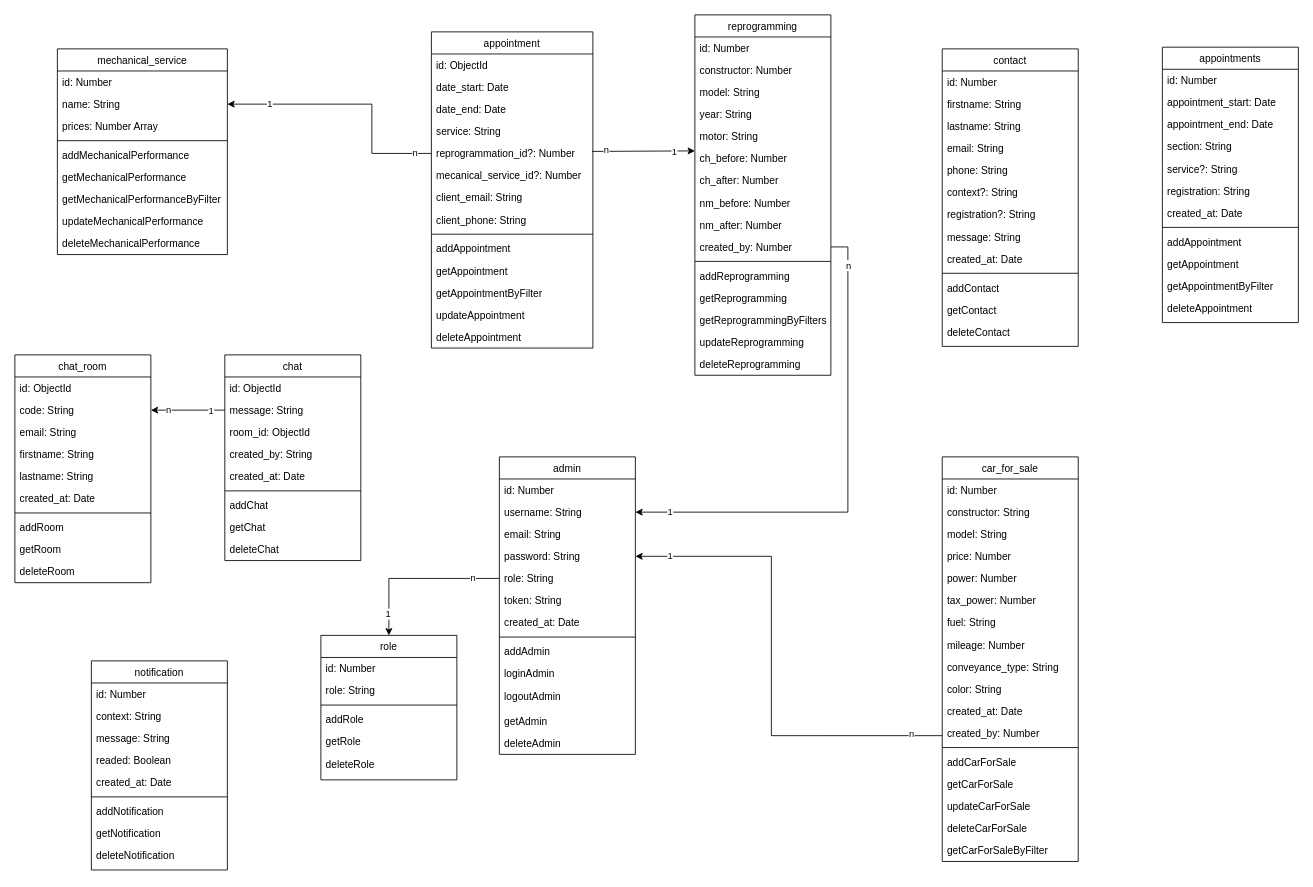
Earlier version of the draw.io diagram documentation/hephaistos-MCD.drawio (nsevendev/hephaistos). Source tidied: cells renumbered, new cells numbered last; positions are measured from the earlier drawing's top-left corner, leaving out a move shared by most shapes. Both pictures are drawn from the tidied source at 85%, with x=0, y=0 at pixel (14, 14).
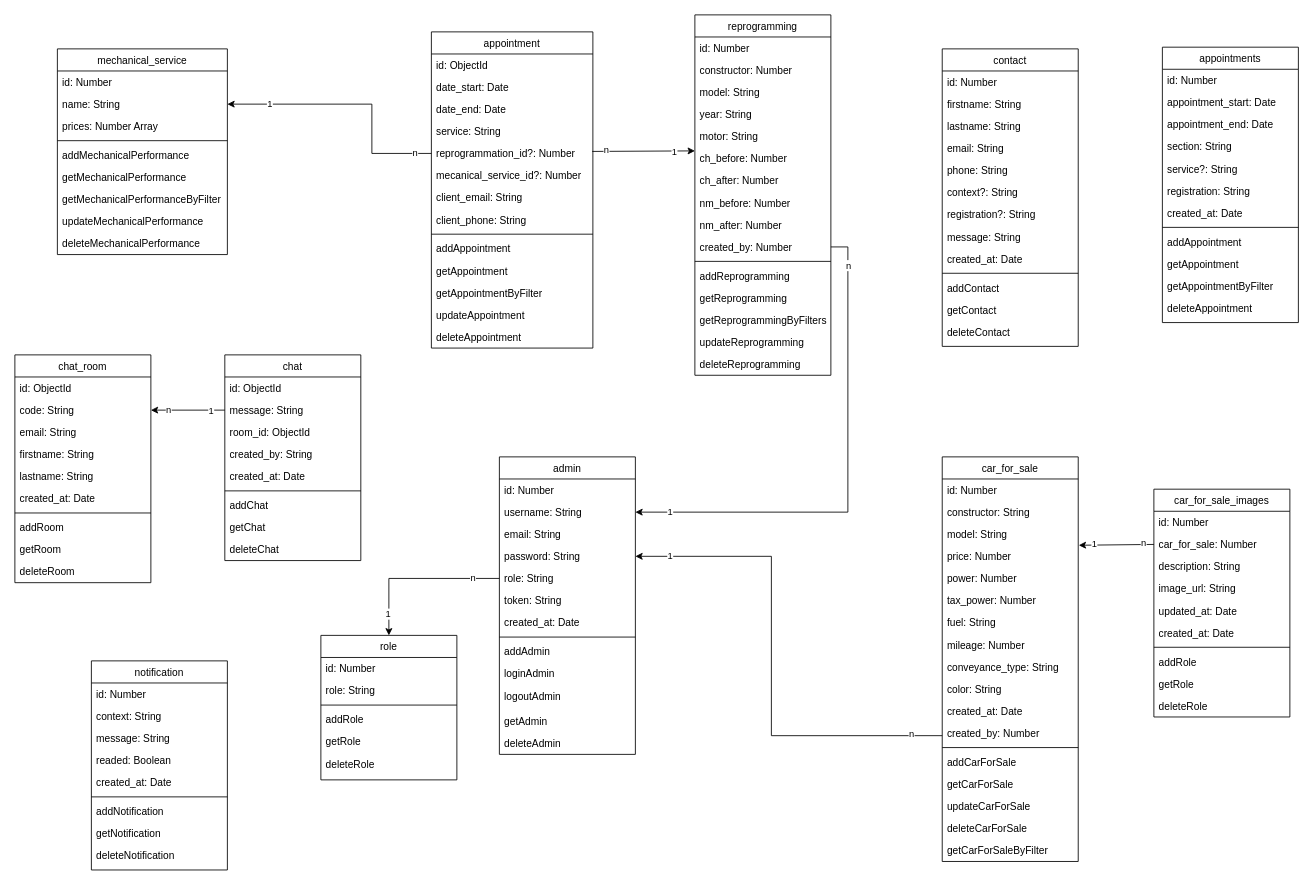
The same page after the edit.

Commit message:
Ajout schema car_for_sale_images

Unchanged cells that the change refers to:
```xml
<mxCell id="33" value="price: Number" style="text;align=left;verticalAlign=top;spacingLeft=4;spacingRight=4;overflow=hidden;points=[[0,0.5],[1,0.5]];portConstraint=eastwest;rounded=0;shadow=0;html=0;" parent="29" vertex="1">
  <mxGeometry y="104" width="160" height="26" as="geometry" />
</mxCell>
```

The edit, as a diff of the source:
```diff
@@
+    <mxCell id="160" value="car_for_sale_images" style="swimlane;fontStyle=0;align=center;verticalAlign=top;horizontal=1;startSize=26;rounded=0;shadow=0;strokeWidth=1;" parent="1" vertex="1">
+      <mxGeometry x="1340" y="558" width="160" height="268" as="geometry" />
+    </mxCell>
+    <mxCell id="161" value="id: Number" style="text;align=left;verticalAlign=top;spacingLeft=4;spacingRight=4;overflow=hidden;rounded=0;shadow=0;html=0;" parent="160" vertex="1">
+      <mxGeometry y="26" width="160" height="26" as="geometry" />
+    </mxCell>
+    <mxCell id="162" value="car_for_sale: Number" style="text;align=left;verticalAlign=top;spacingLeft=4;spacingRight=4;overflow=hidden;points=[[0,0.5],[1,0.5]];portConstraint=eastwest;" parent="160" vertex="1">
+      <mxGeometry y="52" width="160" height="26" as="geometry" />
+    </mxCell>
+    <mxCell id="163" value="description: String" style="text;align=left;verticalAlign=top;spacingLeft=4;spacingRight=4;overflow=hidden;" parent="160" vertex="1">
+      <mxGeometry y="78" width="160" height="26" as="geometry" />
+    </mxCell>
+    <mxCell id="164" value="image_url: String" style="text;align=left;verticalAlign=top;spacingLeft=4;spacingRight=4;overflow=hidden;" parent="160" vertex="1">
+      <mxGeometry y="104" width="160" height="26" as="geometry" />
+    </mxCell>
+    <mxCell id="165" value="updated_at: Date" style="text;align=left;verticalAlign=top;spacingLeft=4;spacingRight=4;overflow=hidden;" parent="160" vertex="1">
+      <mxGeometry y="130" width="160" height="26" as="geometry" />
+    </mxCell>
+    <mxCell id="166" value="created_at: Date" style="text;align=left;verticalAlign=top;spacingLeft=4;spacingRight=4;overflow=hidden;" parent="160" vertex="1">
+      <mxGeometry y="156" width="160" height="26" as="geometry" />
+    </mxCell>
+    <mxCell id="167" style="line;html=1;strokeWidth=1;align=left;verticalAlign=middle;spacingTop=-1;spacingLeft=3;spacingRight=3;labelPosition=right;" parent="160" vertex="1">
+      <mxGeometry y="182" width="160" height="8" as="geometry" />
+    </mxCell>
+    <mxCell id="168" value="addRole" style="text;align=left;verticalAlign=top;spacingLeft=4;spacingRight=4;overflow=hidden;" parent="160" vertex="1">
+      <mxGeometry y="190" width="160" height="26" as="geometry" />
+    </mxCell>
+    <mxCell id="169" value="getRole" style="text;align=left;verticalAlign=top;spacingLeft=4;spacingRight=4;overflow=hidden;" parent="160" vertex="1">
+      <mxGeometry y="216" width="160" height="26" as="geometry" />
+    </mxCell>
+    <mxCell id="170" value="deleteRole" style="text;align=left;verticalAlign=top;spacingLeft=4;spacingRight=4;overflow=hidden;" parent="160" vertex="1">
+      <mxGeometry y="242" width="160" height="26" as="geometry" />
+    </mxCell>
+    <mxCell id="171" style="endArrow=classic;html=1;rounded=0;exitX=0;exitY=0.5;exitDx=0;exitDy=0;entryX=1.004;entryY=-0.001;entryDx=0;entryDy=0;entryPerimeter=0;" parent="1" edge="1" source="162" target="33">
+      <mxGeometry relative="1" as="geometry" />
+    </mxCell>
+    <mxCell id="172" value="n" style="edgeLabel;html=1;align=center;verticalAlign=middle;" parent="171" vertex="1">
+      <mxGeometry relative="1" as="geometry">
+        <mxPoint x="31" y="-3" as="offset" />
+      </mxGeometry>
+    </mxCell>
+    <mxCell id="173" value="1" style="edgeLabel;html=1;align=center;verticalAlign=middle;" parent="171" vertex="1">
+      <mxGeometry x="-0.12" y="-2" relative="1" as="geometry">
+        <mxPoint x="-31" y="1" as="offset" />
+      </mxGeometry>
+    </mxCell>
```
